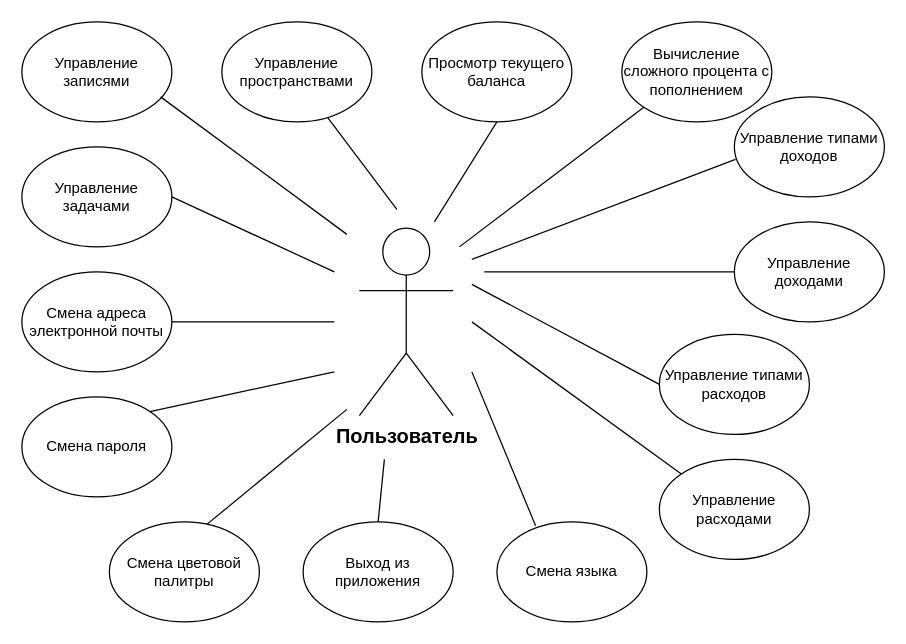
EgorSasim/diary-finances-tracker-app keeps this draw.io diagram as reports/Diagrams/useCase/useCaseUser.drawio. Above is the earlier version. Source tidied: cells renumbered, new cells numbered last; positions are measured from the earlier drawing's top-left corner, leaving out a move shared by most shapes. Both pictures are drawn from the tidied source at 125%, with x=0, y=0 at pixel (21, 21).
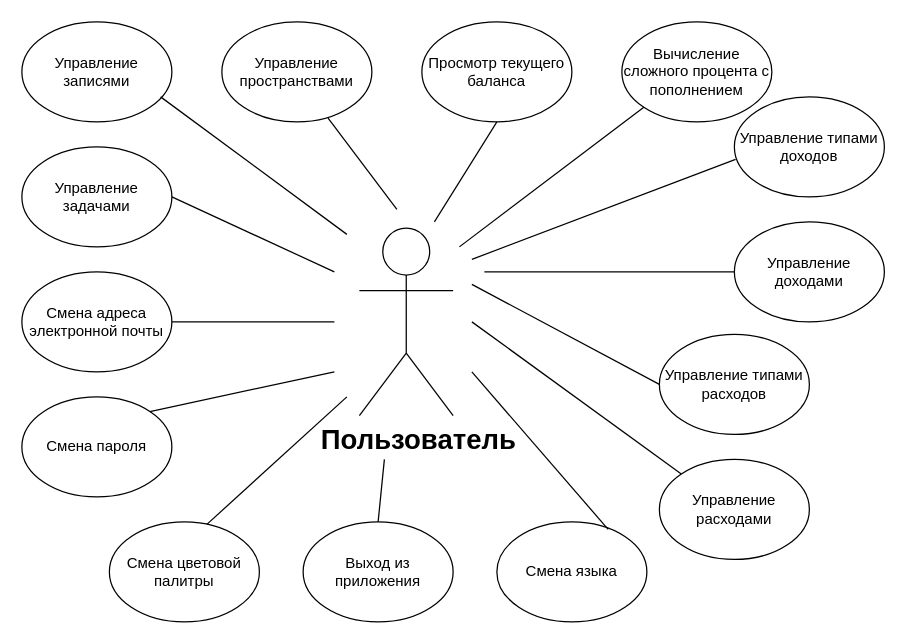
The same diagram, later.

The change refers to these unchanged cells:
```xml
<mxCell id="5" value="Смена цветовой палитры" style="ellipse;whiteSpace=wrap;html=1;" parent="1" vertex="1">
  <mxGeometry x="70" y="400" width="120" height="80" as="geometry" />
</mxCell>
<mxCell id="6" value="Смена языка" style="ellipse;whiteSpace=wrap;html=1;" parent="1" vertex="1">
  <mxGeometry x="380" y="400" width="120" height="80" as="geometry" />
</mxCell>
```

Change to the diagram source:
```diff
@@
-    <mxCell id="2" value="&lt;font style=&quot;font-size: 16px;&quot;&gt;&lt;b&gt;Пользователь&lt;/b&gt;&lt;/font&gt;" style="shape=umlActor;verticalLabelPosition=bottom;verticalAlign=top;html=1;" parent="1" vertex="1">
+    <mxCell id="2" value="&lt;font size=&quot;1&quot; style=&quot;&quot;&gt;&lt;b style=&quot;font-size: 22px;&quot;&gt;&amp;nbsp; &amp;nbsp;Пользователь&lt;/b&gt;&lt;/font&gt;" style="shape=umlActor;verticalLabelPosition=bottom;verticalAlign=top;html=1;" parent="1" vertex="1">
       <mxGeometry x="270" y="165" width="75" height="150" as="geometry" />
     </mxCell>
@@
     <mxCell id="20" style="endArrow=none;html=1;rounded=0;exitX=0.65;exitY=0.025;exitDx=0;exitDy=0;exitPerimeter=0;" parent="1" edge="1" source="5">
       <mxGeometry relative="1" as="geometry">
-        <mxPoint x="260" y="310" as="targetPoint" />
+        <mxPoint x="260" y="300" as="targetPoint" />
       </mxGeometry>
     </mxCell>
@@
-    <mxCell id="26" style="endArrow=none;html=1;rounded=0;entryX=0.258;entryY=0.038;entryDx=0;entryDy=0;entryPerimeter=0;" parent="1" edge="1" target="6">
+    <mxCell id="26" style="endArrow=none;html=1;rounded=0;entryX=0.742;entryY=0.075;entryDx=0;entryDy=0;entryPerimeter=0;" parent="1" edge="1" target="6">
       <mxGeometry relative="1" as="geometry">
         <mxPoint x="360" y="280" as="sourcePoint" />
       </mxGeometry>
     </mxCell>
```
